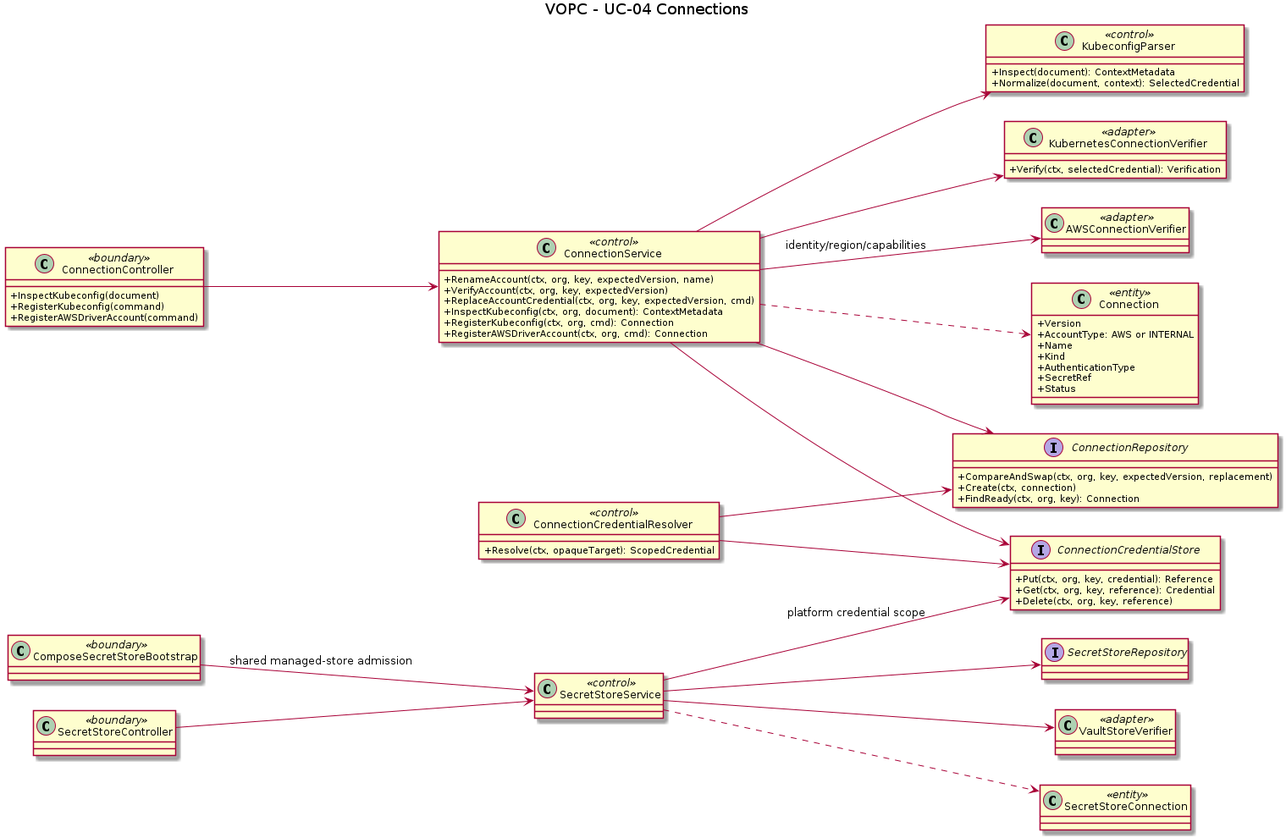
This is orchestrator_docs/usecase/UC-04/vopc.png from pr3s3nt/poc, a PlantUML export, as it was before one commit. Its source is kept beside it as orchestrator_docs/usecase/UC-04/vopc.puml.
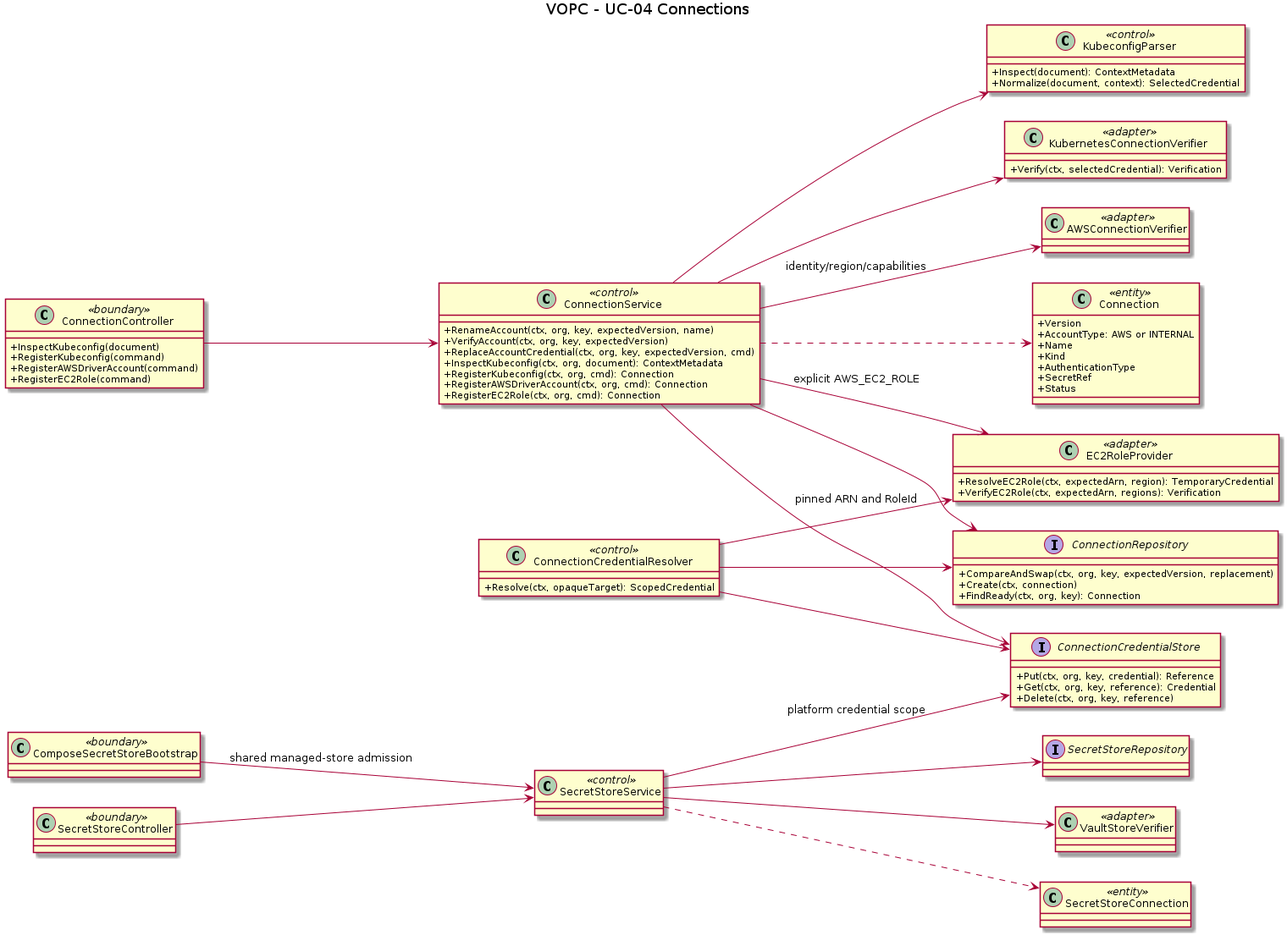
After the change.

Diff of the diagram source:
```diff
@@ -6,6 +6,7 @@
   +InspectKubeconfig(document)
   +RegisterKubeconfig(command)
   +RegisterAWSDriverAccount(command)
+  +RegisterEC2Role(command)
 }
 class ConnectionService <<control>> {
   +RenameAccount(ctx, org, key, expectedVersion, name)
@@ -14,6 +15,7 @@
   +InspectKubeconfig(ctx, org, document): ContextMetadata
   +RegisterKubeconfig(ctx, org, cmd): Connection
   +RegisterAWSDriverAccount(ctx, org, cmd): Connection
+  +RegisterEC2Role(ctx, org, cmd): Connection
 }
 class KubeconfigParser <<control>> {
   +Inspect(document): ContextMetadata
@@ -66,4 +68,10 @@
 SecretStoreService ..> SecretStoreConnection
 class ComposeSecretStoreBootstrap <<boundary>>
 ComposeSecretStoreBootstrap --> SecretStoreService : shared managed-store admission
+class EC2RoleProvider <<adapter>> {
+  +ResolveEC2Role(ctx, expectedArn, region): TemporaryCredential
+  +VerifyEC2Role(ctx, expectedArn, regions): Verification
+}
+ConnectionService --> EC2RoleProvider : explicit AWS_EC2_ROLE
+ConnectionCredentialResolver --> EC2RoleProvider : pinned ARN and RoleId
 @enduml
```
